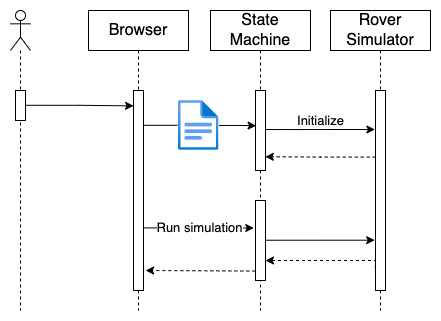
asmbatha/mars-rover keeps this draw.io diagram as browser-sequence-diagram.png. Above is the earlier version. Source tidied: cells renumbered, new cells last; positions are measured from the earlier drawing's top-left corner, leaving out a move shared by most shapes. The source it was exported from:
```xml
<mxGraphModel>
  <root>
    <mxCell id="0" />
    <mxCell id="1" parent="0" />
    <mxCell id="2" style="shape=umlLifeline;participant=umlActor;perimeter=lifelinePerimeter;whiteSpace=wrap;html=1;verticalAlign=top;spacingTop=36;fontSize=16;strokeColor=default;strokeWidth=1;fillColor=default;" parent="1" vertex="1">
      <mxGeometry width="20" height="300" as="geometry" />
    </mxCell>
    <mxCell id="3" style="html=1;points=[];perimeter=orthogonalPerimeter;fontSize=16;strokeColor=default;strokeWidth=1;fillColor=default;" parent="2" vertex="1">
      <mxGeometry x="5" y="80" width="10" height="30" as="geometry" />
    </mxCell>
    <mxCell id="4" value="Browser" style="shape=umlLifeline;perimeter=lifelinePerimeter;whiteSpace=wrap;html=1;outlineConnect=0;fontSize=16;strokeColor=default;strokeWidth=1;fillColor=default;" parent="1" vertex="1">
      <mxGeometry x="78" width="100" height="300" as="geometry" />
    </mxCell>
    <mxCell id="5" style="html=1;points=[];perimeter=orthogonalPerimeter;fontSize=16;strokeColor=default;strokeWidth=1;fillColor=default;" parent="4" vertex="1">
      <mxGeometry x="45" y="80" width="10" height="200" as="geometry" />
    </mxCell>
    <mxCell id="6" style="edgeStyle=orthogonalEdgeStyle;rounded=0;jettySize=auto;html=1;entryX=0.006;entryY=0.077;entryDx=0;entryDy=0;entryPerimeter=0;fontSize=16;startArrow=none;exitX=1.009;exitY=0.493;exitDx=0;exitDy=0;exitPerimeter=0;" parent="1" edge="1" source="3" target="5">
      <mxGeometry relative="1" as="geometry" />
    </mxCell>
    <mxCell id="7" value="State Machine" style="shape=umlLifeline;perimeter=lifelinePerimeter;whiteSpace=wrap;html=1;outlineConnect=0;fontSize=16;strokeColor=default;strokeWidth=1;fillColor=default;" parent="1" vertex="1">
      <mxGeometry x="200" width="100" height="300" as="geometry" />
    </mxCell>
    <mxCell id="8" style="html=1;points=[];perimeter=orthogonalPerimeter;fontSize=16;strokeColor=default;strokeWidth=1;fillColor=default;" parent="7" vertex="1">
      <mxGeometry x="45" y="80" width="10" height="80" as="geometry" />
    </mxCell>
    <mxCell id="9" style="html=1;points=[];perimeter=orthogonalPerimeter;fontSize=16;strokeColor=default;strokeWidth=1;fillColor=default;" parent="7" vertex="1">
      <mxGeometry x="45" y="190" width="10" height="80" as="geometry" />
    </mxCell>
    <mxCell id="10" style="edgeStyle=orthogonalEdgeStyle;rounded=0;orthogonalLoop=1;jettySize=auto;html=1;fontSize=16;entryX=-0.06;entryY=0.195;entryDx=0;entryDy=0;entryPerimeter=0;exitX=1.02;exitY=0.488;exitDx=0;exitDy=0;exitPerimeter=0;" parent="7" edge="1">
      <mxGeometry relative="1" as="geometry">
        <mxPoint x="55" y="229.7" as="sourcePoint" />
        <mxPoint x="164.2" y="229.7" as="targetPoint" />
      </mxGeometry>
    </mxCell>
    <mxCell id="11" value="Rover Simulator" style="shape=umlLifeline;perimeter=lifelinePerimeter;whiteSpace=wrap;html=1;fontSize=16;strokeColor=default;strokeWidth=1;fillColor=default;" parent="1" vertex="1">
      <mxGeometry x="320" width="100" height="300" as="geometry" />
    </mxCell>
    <mxCell id="12" style="html=1;points=[];perimeter=orthogonalPerimeter;fontSize=16;strokeColor=default;strokeWidth=1;fillColor=default;" parent="11" vertex="1">
      <mxGeometry x="45" y="80" width="10" height="200" as="geometry" />
    </mxCell>
    <mxCell id="13" style="edgeStyle=orthogonalEdgeStyle;rounded=0;jettySize=auto;html=1;fontSize=16;entryX=-0.06;entryY=0.195;entryDx=0;entryDy=0;entryPerimeter=0;exitX=1.02;exitY=0.488;exitDx=0;exitDy=0;exitPerimeter=0;" parent="1" edge="1" source="8" target="12">
      <mxGeometry relative="1" as="geometry" />
    </mxCell>
    <mxCell id="14" value="Initialize" style="edgeLabel;html=1;align=center;verticalAlign=middle;fontSize=13;" parent="13" vertex="1">
      <mxGeometry x="-0.02" y="2" relative="1" as="geometry">
        <mxPoint x="1" y="-7" as="offset" />
      </mxGeometry>
    </mxCell>
    <mxCell id="15" style="edgeStyle=orthogonalEdgeStyle;rounded=0;jettySize=auto;html=1;entryX=0.98;entryY=0.828;entryDx=0;entryDy=0;entryPerimeter=0;fontSize=16;dashed=1;exitX=0.02;exitY=0.333;exitDx=0;exitDy=0;exitPerimeter=0;" parent="1" edge="1" source="12" target="8">
      <mxGeometry relative="1" as="geometry" />
    </mxCell>
    <mxCell id="16" style="edgeStyle=orthogonalEdgeStyle;rounded=0;jettySize=auto;html=1;fontSize=12;entryX=0.061;entryY=0.44;entryDx=0;entryDy=0;entryPerimeter=0;" parent="1" edge="1" source="17" target="8">
      <mxGeometry relative="1" as="geometry" />
    </mxCell>
    <mxCell id="17" style="html=1;points=[];align=center;image;fontSize=12;image=img/lib/azure2/general/File.svg;" parent="1" vertex="1">
      <mxGeometry x="168" y="90" width="40.5" height="49.9" as="geometry" />
    </mxCell>
    <mxCell id="18" style="edgeStyle=orthogonalEdgeStyle;rounded=0;jettySize=auto;html=1;fontSize=16;exitX=1.075;exitY=0.174;exitDx=0;exitDy=0;exitPerimeter=0;entryX=-0.026;entryY=0.51;entryDx=0;entryDy=0;entryPerimeter=0;endArrow=none;" parent="1" edge="1" source="5" target="17">
      <mxGeometry relative="1" as="geometry" />
    </mxCell>
    <mxCell id="19" value="Run simulation" style="edgeStyle=orthogonalEdgeStyle;rounded=0;jettySize=auto;html=1;entryX=-0.175;entryY=0.344;entryDx=0;entryDy=0;entryPerimeter=0;fontSize=13;exitX=1.1;exitY=0.687;exitDx=0;exitDy=0;exitPerimeter=0;" parent="1" edge="1" source="5" target="9">
      <mxGeometry relative="1" as="geometry" />
    </mxCell>
    <mxCell id="20" style="edgeStyle=orthogonalEdgeStyle;rounded=0;jettySize=auto;html=1;fontSize=12;exitX=-0.015;exitY=0.888;exitDx=0;exitDy=0;exitPerimeter=0;dashed=1;" parent="1" edge="1" source="12">
      <mxGeometry relative="1" as="geometry">
        <mxPoint x="255" y="250" as="targetPoint" />
        <Array as="points">
          <mxPoint x="365" y="250" />
          <mxPoint x="255" y="250" />
        </Array>
      </mxGeometry>
    </mxCell>
    <mxCell id="21" style="edgeStyle=orthogonalEdgeStyle;rounded=0;jettySize=auto;html=1;fontSize=12;exitX=-0.015;exitY=0.882;exitDx=0;exitDy=0;exitPerimeter=0;entryX=1.21;entryY=0.9;entryDx=0;entryDy=0;entryPerimeter=0;dashed=1;" parent="1" edge="1" source="9" target="5">
      <mxGeometry relative="1" as="geometry">
        <Array as="points">
          <mxPoint x="135" y="260" />
        </Array>
      </mxGeometry>
    </mxCell>
  </root>
</mxGraphModel>
```
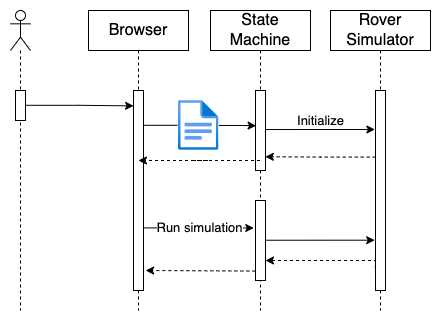
After the commit.

Diff of the diagram source:
```diff
@@ -77,5 +77,8 @@
         </Array>
       </mxGeometry>
     </mxCell>
+    <mxCell id="22" style="edgeStyle=orthogonalEdgeStyle;rounded=0;jettySize=auto;html=1;fontSize=12;dashed=1;" parent="1" edge="1" source="7" target="4">
+      <mxGeometry relative="1" as="geometry" />
+    </mxCell>
   </root>
 </mxGraphModel>
```
